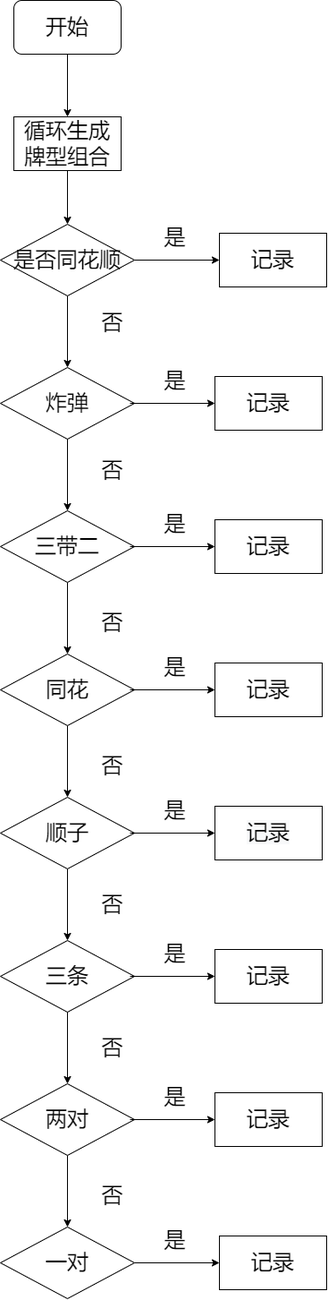
Earlier version of the draw.io export Untitled Diagram.drawio.png (whitesweater/first_). Source tidied: cells renumbered, new cells last; positions are measured from the earlier drawing's top-left corner, leaving out a move shared by most shapes.
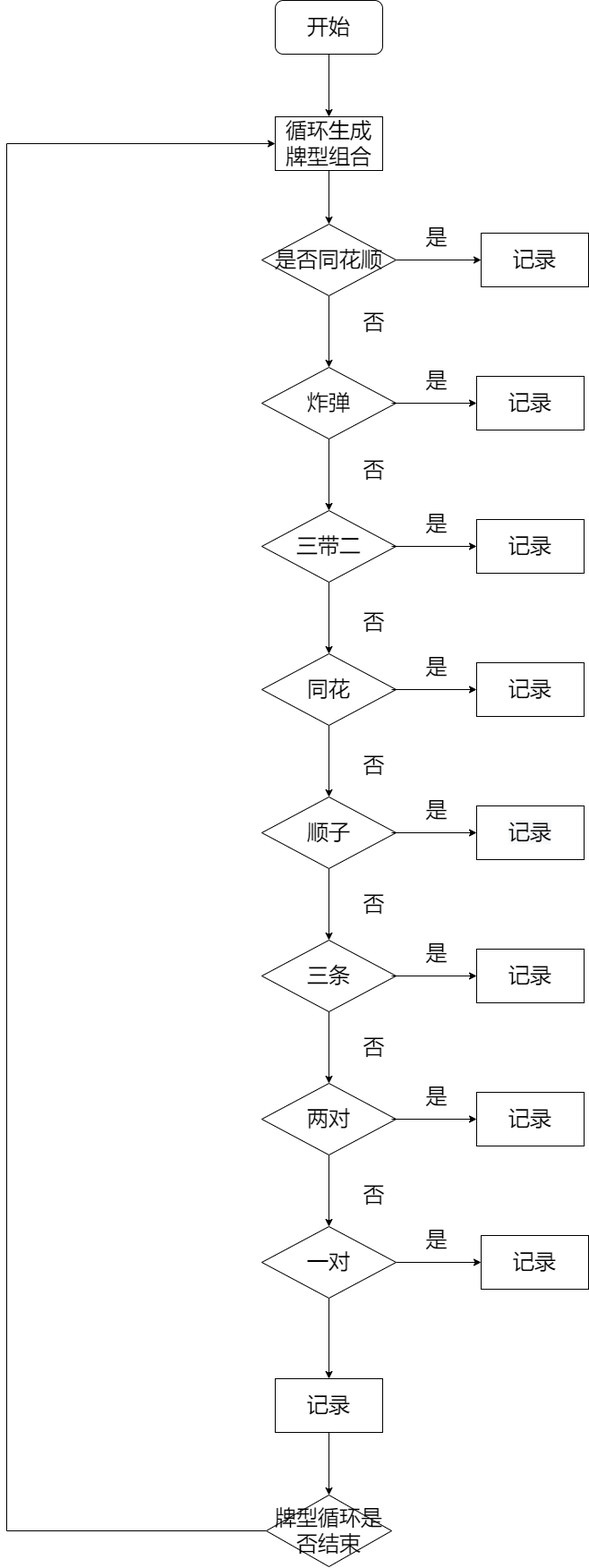
Above is the later version.

Change to the diagram source:
```diff
@@ -66,6 +66,9 @@
     <mxCell id="21" style="edgeStyle=orthogonalEdgeStyle;rounded=0;jettySize=auto;html=1;fontSize=24;" parent="1" edge="1" source="22" target="43">
       <mxGeometry relative="1" as="geometry" />
     </mxCell>
+    <mxCell id="52" style="edgeStyle=orthogonalEdgeStyle;rounded=0;jettySize=auto;html=1;fontSize=24;" parent="1" edge="1" source="22" target="54">
+      <mxGeometry relative="1" as="geometry" />
+    </mxCell>
     <mxCell id="22" value="一对" style="rhombus;whiteSpace=wrap;html=1;fontSize=24;" parent="1" vertex="1">
       <mxGeometry y="1370" width="150" height="80" as="geometry" />
     </mxCell>
@@ -168,5 +171,22 @@
     <mxCell id="51" value="是" style="text;html=1;align=center;verticalAlign=middle;strokeColor=none;fillColor=none;fontSize=24;" parent="1" vertex="1">
       <mxGeometry x="175" y="1370" width="40" height="30" as="geometry" />
     </mxCell>
+    <mxCell id="53" style="edgeStyle=orthogonalEdgeStyle;rounded=0;jettySize=auto;html=1;fontSize=24;" parent="1" edge="1" source="54" target="56">
+      <mxGeometry relative="1" as="geometry" />
+    </mxCell>
+    <mxCell id="54" value="记录" style="whiteSpace=wrap;html=1;fontSize=24;" parent="1" vertex="1">
+      <mxGeometry x="15" y="1540" width="120" height="60" as="geometry" />
+    </mxCell>
+    <mxCell id="55" style="edgeStyle=orthogonalEdgeStyle;rounded=0;jettySize=auto;html=1;exitX=0;exitY=0.5;exitDx=0;exitDy=0;entryX=0;entryY=0.5;entryDx=0;entryDy=0;fontSize=24;" parent="1" edge="1" source="56" target="4">
+      <mxGeometry relative="1" as="geometry">
+        <Array as="points">
+          <mxPoint x="-285" y="1710" />
+          <mxPoint x="-285" y="160" />
+        </Array>
+      </mxGeometry>
+    </mxCell>
+    <mxCell id="56" value="牌型循环是否结束" style="rhombus;whiteSpace=wrap;html=1;fontSize=24;" parent="1" vertex="1">
+      <mxGeometry x="5" y="1670" width="140" height="80" as="geometry" />
+    </mxCell>
   </root>
 </mxGraphModel>
```
